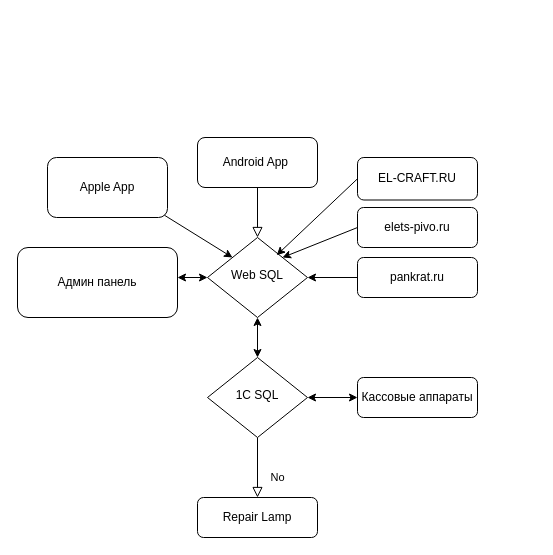
Before: Untitled Diagram.drawio in Process64/Beersite, a draw.io diagram. Source tidied: cells renumbered, new cells numbered last; positions are measured from the earlier drawing's top-left corner, leaving out a move shared by most shapes. Both pictures are drawn from the tidied source at 100%, with x=0, y=0 at pixel (17, 137).
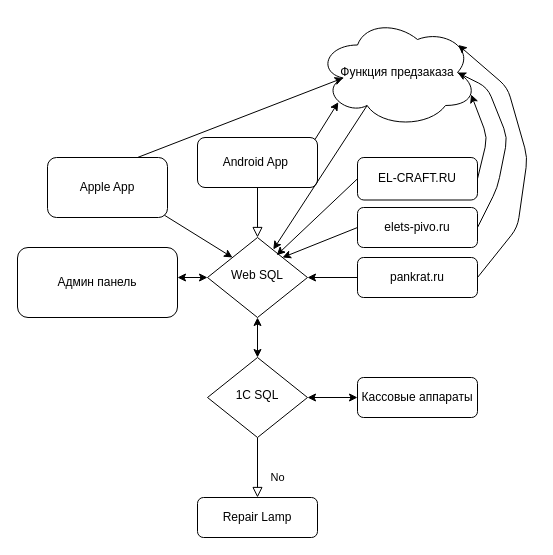
The same page after the edit.

The change refers to these unchanged cells:
```xml
<mxCell id="3" value="Android App&amp;nbsp;" style="rounded=1;whiteSpace=wrap;html=1;fontSize=12;glass=0;strokeWidth=1;shadow=0;" parent="1" vertex="1">
  <mxGeometry x="180" width="120" height="50" as="geometry" />
</mxCell>
<mxCell id="4" value="Web SQL" style="rhombus;whiteSpace=wrap;html=1;shadow=0;fontFamily=Helvetica;fontSize=12;align=center;strokeWidth=1;spacing=6;spacingTop=-4;" parent="1" vertex="1">
  <mxGeometry x="190" y="100" width="100" height="80" as="geometry" />
</mxCell>
<mxCell id="6" value="pankrat.ru" style="rounded=1;whiteSpace=wrap;html=1;fontSize=12;glass=0;strokeWidth=1;shadow=0;" parent="1" vertex="1">
  <mxGeometry x="340" y="120" width="120" height="40" as="geometry" />
</mxCell>
<mxCell id="12" value="Apple App" style="rounded=1;whiteSpace=wrap;html=1;" parent="1" vertex="1">
  <mxGeometry x="30" y="20" width="120" height="60" as="geometry" />
</mxCell>
<mxCell id="14" value="elets-pivo.ru" style="rounded=1;whiteSpace=wrap;html=1;" parent="1" vertex="1">
  <mxGeometry x="340" y="70" width="120" height="40" as="geometry" />
</mxCell>
<mxCell id="15" value="EL-CRAFT.RU" style="rounded=1;whiteSpace=wrap;html=1;" parent="1" vertex="1">
  <mxGeometry x="340" y="20" width="120" height="42.5" as="geometry" />
</mxCell>
```

What changed in the source:
```diff
@@
+    <mxCell id="21" value="Функция предзаказа" style="ellipse;shape=cloud;whiteSpace=wrap;html=1;" parent="1" vertex="1">
+      <mxGeometry x="300" y="-120" width="160" height="110" as="geometry" />
+    </mxCell>
+    <mxCell id="22" style="endArrow=classic;html=1;exitX=0.31;exitY=0.8;exitDx=0;exitDy=0;exitPerimeter=0;entryX=0.658;entryY=0.15;entryDx=0;entryDy=0;entryPerimeter=0;" parent="1" edge="1" source="21" target="4">
+      <mxGeometry relative="1" as="geometry" />
+    </mxCell>
+    <mxCell id="23" style="endArrow=classic;html=1;exitX=1;exitY=0.5;exitDx=0;exitDy=0;entryX=0.88;entryY=0.25;entryDx=0;entryDy=0;entryPerimeter=0;" parent="1" edge="1" source="6" target="21">
+      <mxGeometry relative="1" as="geometry">
+        <Array as="points">
+          <mxPoint x="500" y="90" />
+          <mxPoint x="510" y="20" />
+          <mxPoint x="490" y="-50" />
+        </Array>
+      </mxGeometry>
+    </mxCell>
+    <mxCell id="24" style="endArrow=classic;html=1;exitX=1;exitY=0.5;exitDx=0;exitDy=0;entryX=0.875;entryY=0.5;entryDx=0;entryDy=0;entryPerimeter=0;" parent="1" edge="1" source="14" target="21">
+      <mxGeometry relative="1" as="geometry">
+        <Array as="points">
+          <mxPoint x="480" y="50" />
+          <mxPoint x="490" />
+          <mxPoint x="470" y="-50" />
+        </Array>
+      </mxGeometry>
+    </mxCell>
+    <mxCell id="25" style="endArrow=classic;html=1;exitX=1;exitY=0.5;exitDx=0;exitDy=0;entryX=0.96;entryY=0.7;entryDx=0;entryDy=0;entryPerimeter=0;" parent="1" edge="1" source="15" target="21">
+      <mxGeometry relative="1" as="geometry">
+        <Array as="points">
+          <mxPoint x="470" />
+        </Array>
+      </mxGeometry>
+    </mxCell>
+    <mxCell id="26" style="endArrow=classic;html=1;entryX=0.13;entryY=0.77;entryDx=0;entryDy=0;entryPerimeter=0;exitX=0.978;exitY=0.044;exitDx=0;exitDy=0;exitPerimeter=0;" parent="1" edge="1" source="3" target="21">
+      <mxGeometry relative="1" as="geometry" />
+    </mxCell>
+    <mxCell id="27" style="endArrow=classic;html=1;exitX=0.75;exitY=0;exitDx=0;exitDy=0;entryX=0.16;entryY=0.55;entryDx=0;entryDy=0;entryPerimeter=0;" parent="1" edge="1" source="12" target="21">
+      <mxGeometry relative="1" as="geometry" />
+    </mxCell>
```
